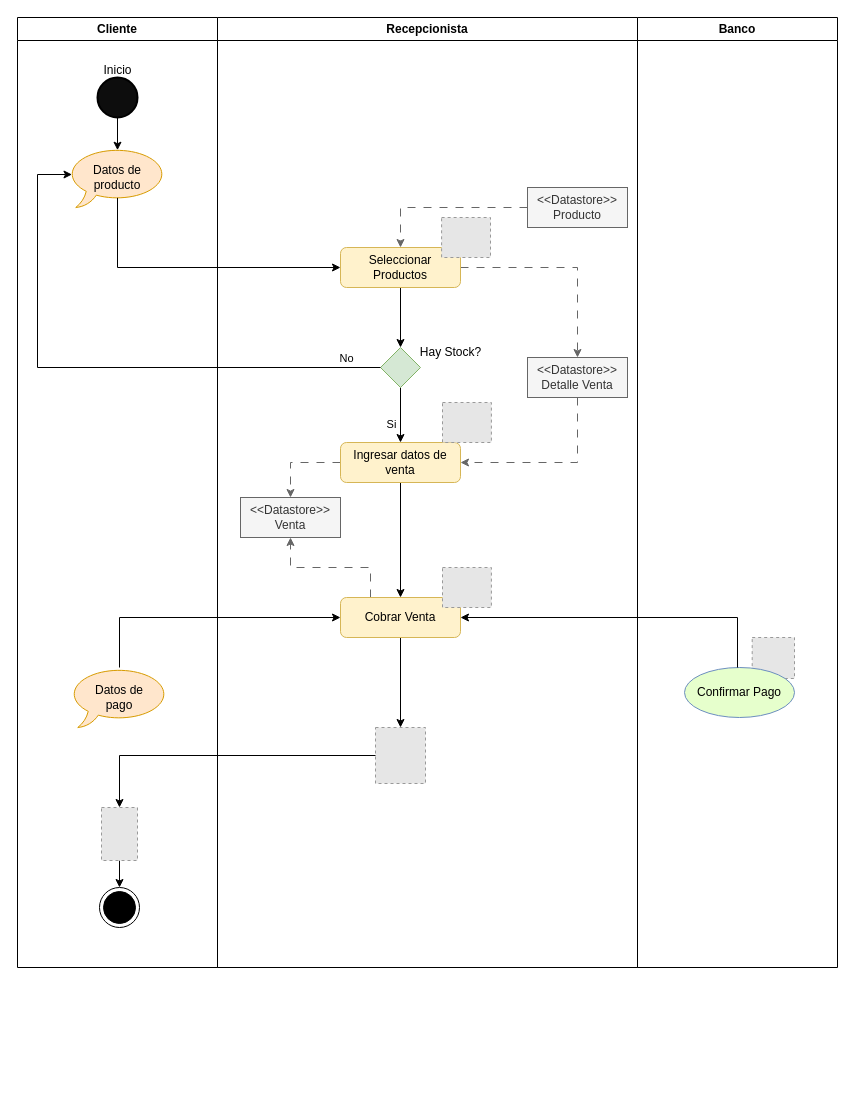
This is CAMPO Diagramas/V3 DIAGRAMA DE PROCESO.drawio from ZoelVillar/CAMPO-Proyecto, a draw.io file, before an edit. Source tidied: cells renumbered, new cells numbered last; positions are measured from the earlier drawing's top-left corner, leaving out a move shared by most shapes. Both pictures are drawn from the tidied source at 100%, with x=0, y=0 at pixel (17, 17). Pictures stored in the file or linked from it are replaced by grey dashed boxes.
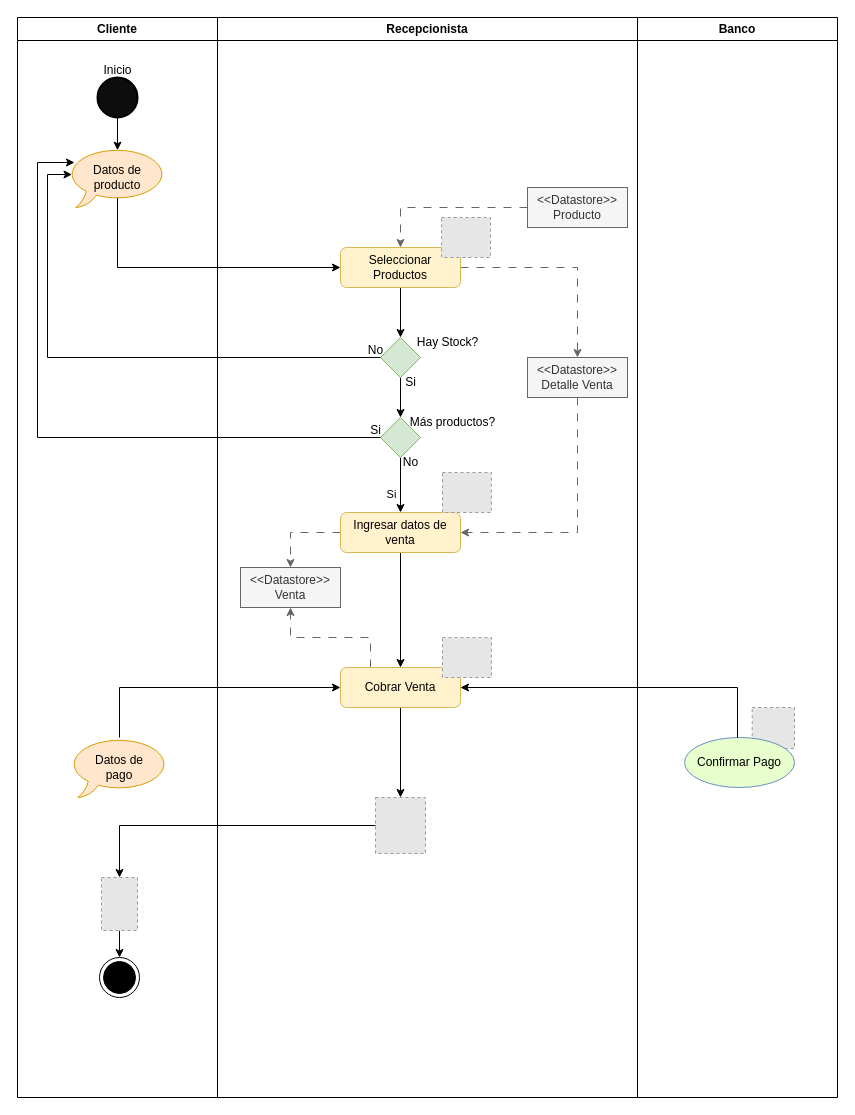
The same page after the edit.

The change refers to these unchanged cells:
```xml
<mxCell id="5" value="Confirmar Pago" style="ellipse;whiteSpace=wrap;html=1;fillColor=#E6FFCC;strokeColor=#6c8ebf;" parent="3" vertex="1">
  <mxGeometry y="30" width="110" height="50" as="geometry" />
</mxCell>
<mxCell id="7" value="Datos de producto" style="whiteSpace=wrap;html=1;shape=mxgraph.basic.oval_callout;fillColor=#ffe6cc;strokeColor=#d79b00;" parent="6" vertex="1">
  <mxGeometry x="50" y="130" width="100" height="60" as="geometry" />
</mxCell>
<mxCell id="18" value="Seleccionar Productos" style="rounded=1;whiteSpace=wrap;html=1;fillColor=#fff2cc;strokeColor=#d6b656;" parent="15" vertex="1">
  <mxGeometry x="123" y="230" width="120" height="40" as="geometry" />
</mxCell>
<mxCell id="35" value="&amp;lt;&amp;lt;Datastore&amp;gt;&amp;gt;&lt;br&gt;Detalle Venta" style="rounded=0;whiteSpace=wrap;html=1;fillColor=#f5f5f5;fontColor=#333333;strokeColor=#666666;" parent="15" vertex="1">
  <mxGeometry x="310" y="340" width="100" height="40" as="geometry" />
</mxCell>
```

Diff of the diagram source:
```diff
@@
     <mxCell id="2" value="Banco" style="swimlane;whiteSpace=wrap;html=1;" parent="1" vertex="1">
-      <mxGeometry x="620" width="200" height="950" as="geometry" />
+      <mxGeometry x="620" width="200" height="1080" as="geometry" />
     </mxCell>
     <mxCell id="3" style="group;" parent="2" vertex="1">
-      <mxGeometry x="47" y="620" width="110" height="80" as="geometry" />
+      <mxGeometry x="47" y="690" width="110" height="80" as="geometry" />
     </mxCell>
@@
     <mxCell id="6" value="Cliente" style="swimlane;whiteSpace=wrap;html=1;" parent="1" vertex="1">
-      <mxGeometry width="200" height="950" as="geometry" />
+      <mxGeometry width="200" height="1080" as="geometry" />
     </mxCell>
@@
     <mxCell id="8" value="Datos de &lt;br&gt;pago" style="whiteSpace=wrap;html=1;shape=mxgraph.basic.oval_callout;fillColor=#ffe6cc;strokeColor=#d79b00;" parent="6" vertex="1">
-      <mxGeometry x="52" y="650" width="100" height="60" as="geometry" />
+      <mxGeometry x="52" y="720" width="100" height="60" as="geometry" />
     </mxCell>
@@
     <mxCell id="12" style="ellipse;html=1;shape=endState;fillColor=#000000;strokeColor=#000000;" parent="6" vertex="1">
-      <mxGeometry x="82" y="870" width="40" height="40" as="geometry" />
+      <mxGeometry x="82" y="940" width="40" height="40" as="geometry" />
     </mxCell>
@@
     <mxCell id="14" style="fillColor=#E6E6E6;strokeColor=#999999;dashed=1;verticalLabelPosition=bottom;labelBackgroundColor=default;verticalAlign=top;" parent="6" vertex="1">
-      <mxGeometry x="84" y="790" width="36" height="53" as="geometry" />
+      <mxGeometry x="84" y="860" width="36" height="53" as="geometry" />
     </mxCell>
     <mxCell id="15" value="Recepcionista" style="swimlane;whiteSpace=wrap;html=1;" parent="1" vertex="1">
-      <mxGeometry x="200" width="420" height="950" as="geometry" />
+      <mxGeometry x="200" width="420" height="1080" as="geometry" />
     </mxCell>
-    <mxCell id="16" style="edgeStyle=orthogonalEdgeStyle;rounded=0;jettySize=auto;html=1;entryX=0.5;entryY=0;entryDx=0;entryDy=0;fontFamily=Helvetica;fontSize=12;fontColor=#333333;" parent="15" edge="1" source="18" target="21">
-      <mxGeometry relative="1" as="geometry" />
-    </mxCell>
@@
+    <mxCell id="45" style="edgeStyle=orthogonalEdgeStyle;rounded=0;jettySize=auto;html=1;entryX=0.5;entryY=0;entryDx=0;entryDy=0;" parent="15" edge="1" source="18" target="47">
+      <mxGeometry relative="1" as="geometry" />
+    </mxCell>
@@
     <mxCell id="21" style="rhombus;whiteSpace=wrap;html=1;fillColor=#d5e8d4;strokeColor=#82b366;" parent="15" vertex="1">
-      <mxGeometry x="163" y="330" width="40" height="40" as="geometry" />
+      <mxGeometry x="163" y="400" width="40" height="40" as="geometry" />
     </mxCell>
-    <mxCell id="22" value="Hay Stock?" style="text;html=1;align=center;verticalAlign=middle;strokeColor=none;fillColor=none;" parent="15" vertex="1">
-      <mxGeometry x="193" y="320" width="80" height="30" as="geometry" />
+    <mxCell id="22" value="Más productos?" style="text;html=1;align=center;verticalAlign=middle;strokeColor=none;fillColor=none;" parent="15" vertex="1">
+      <mxGeometry x="180" y="390" width="110" height="30" as="geometry" />
     </mxCell>
@@
     <mxCell id="26" value="Ingresar datos de venta" style="rounded=1;whiteSpace=wrap;html=1;fillColor=#fff2cc;strokeColor=#d6b656;" parent="15" vertex="1">
-      <mxGeometry x="123" y="425" width="120" height="40" as="geometry" />
+      <mxGeometry x="123" y="495" width="120" height="40" as="geometry" />
     </mxCell>
@@
     <mxCell id="29" value="Cobrar Venta" style="rounded=1;whiteSpace=wrap;html=1;fillColor=#fff2cc;strokeColor=#d6b656;" parent="15" vertex="1">
-      <mxGeometry x="123" y="580" width="120" height="40" as="geometry" />
+      <mxGeometry x="123" y="650" width="120" height="40" as="geometry" />
     </mxCell>
     <mxCell id="30" style="fillColor=#E6E6E6;strokeColor=#999999;dashed=1;verticalLabelPosition=bottom;labelBackgroundColor=default;verticalAlign=top;" parent="15" vertex="1">
-      <mxGeometry x="158" y="710" width="50" height="56" as="geometry" />
+      <mxGeometry x="158" y="780" width="50" height="56" as="geometry" />
     </mxCell>
@@
     <mxCell id="34" style="edgeStyle=orthogonalEdgeStyle;rounded=0;jettySize=auto;html=1;entryX=1;entryY=0.5;entryDx=0;entryDy=0;strokeColor=#666666;dashed=1;dashPattern=8 8;" parent="15" edge="1" source="35" target="26">
       <mxGeometry relative="1" as="geometry">
         <Array as="points">
-          <mxPoint x="360" y="445" />
+          <mxPoint x="360" y="515" />
         </Array>
       </mxGeometry>
     </mxCell>
@@
     <mxCell id="36" value="&amp;lt;&amp;lt;Datastore&amp;gt;&amp;gt;&lt;br&gt;Venta" style="rounded=0;whiteSpace=wrap;html=1;fillColor=#f5f5f5;fontColor=#333333;strokeColor=#666666;" parent="15" vertex="1">
-      <mxGeometry x="23" y="480" width="100" height="40" as="geometry" />
+      <mxGeometry x="23" y="550" width="100" height="40" as="geometry" />
     </mxCell>
     <mxCell id="37" style="fillColor=#E6E6E6;strokeColor=#999999;dashed=1;verticalLabelPosition=bottom;labelBackgroundColor=default;verticalAlign=top;" parent="15" vertex="1">
-      <mxGeometry x="225" y="385" width="48.9" height="40" as="geometry" />
+      <mxGeometry x="225" y="455" width="48.9" height="40" as="geometry" />
     </mxCell>
     <mxCell id="38" style="fillColor=#E6E6E6;strokeColor=#999999;dashed=1;verticalLabelPosition=bottom;labelBackgroundColor=default;verticalAlign=top;" parent="15" vertex="1">
-      <mxGeometry x="225" y="550" width="48.9" height="40" as="geometry" />
+      <mxGeometry x="225" y="620" width="48.9" height="40" as="geometry" />
     </mxCell>
+    <mxCell id="46" style="edgeStyle=orthogonalEdgeStyle;rounded=0;jettySize=auto;html=1;entryX=0.5;entryY=0;entryDx=0;entryDy=0;" parent="15" edge="1" source="47" target="21">
+      <mxGeometry relative="1" as="geometry" />
+    </mxCell>
+    <mxCell id="47" style="rhombus;whiteSpace=wrap;html=1;fillColor=#d5e8d4;strokeColor=#82b366;" parent="15" vertex="1">
+      <mxGeometry x="163" y="320" width="40" height="40" as="geometry" />
+    </mxCell>
+    <mxCell id="48" value="Hay Stock?" style="text;html=1;align=center;verticalAlign=middle;strokeColor=none;fillColor=none;" parent="15" vertex="1">
+      <mxGeometry x="190" y="310" width="80" height="30" as="geometry" />
+    </mxCell>
+    <mxCell id="49" value="Si" style="text;html=1;align=center;verticalAlign=middle;strokeColor=none;fillColor=none;" parent="15" vertex="1">
+      <mxGeometry x="178" y="350" width="30" height="30" as="geometry" />
+    </mxCell>
+    <mxCell id="50" value="No" style="text;html=1;align=center;verticalAlign=middle;strokeColor=none;fillColor=none;" parent="15" vertex="1">
+      <mxGeometry x="173" y="430" width="40" height="30" as="geometry" />
+    </mxCell>
+    <mxCell id="51" value="Si" style="text;html=1;align=center;verticalAlign=middle;strokeColor=none;fillColor=none;" parent="15" vertex="1">
+      <mxGeometry x="143" y="398" width="30" height="30" as="geometry" />
+    </mxCell>
+    <mxCell id="52" value="No" style="text;html=1;align=center;verticalAlign=middle;strokeColor=none;fillColor=none;" parent="15" vertex="1">
+      <mxGeometry x="138" y="318" width="40" height="30" as="geometry" />
+    </mxCell>
@@
-    <mxCell id="40" style="edgeStyle=orthogonalEdgeStyle;rounded=0;jettySize=auto;html=1;entryX=0.045;entryY=0.45;entryDx=0;entryDy=0;entryPerimeter=0;" parent="1" edge="1" source="21" target="7">
-      <mxGeometry relative="1" as="geometry">
-        <Array as="points">
-          <mxPoint x="20" y="350" />
-          <mxPoint x="20" y="157" />
-        </Array>
-      </mxGeometry>
-    </mxCell>
-    <mxCell id="41" value="No" style="edgeLabel;html=1;align=center;verticalAlign=middle;" parent="40" vertex="1">
-      <mxGeometry x="-0.92" relative="1" as="geometry">
-        <mxPoint x="-12" y="-10" as="offset" />
-      </mxGeometry>
-    </mxCell>
     <mxCell id="42" style="edgeStyle=orthogonalEdgeStyle;rounded=0;jettySize=auto;html=1;entryX=1;entryY=0.5;entryDx=0;entryDy=0;" parent="1" edge="1" source="5" target="29">
       <mxGeometry relative="1" as="geometry">
         <Array as="points">
-          <mxPoint x="720" y="600" />
+          <mxPoint x="720" y="670" />
         </Array>
       </mxGeometry>
     </mxCell>
     <mxCell id="43" style="edgeStyle=orthogonalEdgeStyle;rounded=0;jettySize=auto;html=1;entryX=0;entryY=0.5;entryDx=0;entryDy=0;" parent="1" edge="1" source="8" target="29">
       <mxGeometry relative="1" as="geometry">
         <Array as="points">
-          <mxPoint x="102" y="600" />
+          <mxPoint x="102" y="670" />
         </Array>
       </mxGeometry>
     </mxCell>
@@
+    <mxCell id="53" style="edgeStyle=orthogonalEdgeStyle;rounded=0;jettySize=auto;html=1;entryX=0.045;entryY=0.45;entryDx=0;entryDy=0;entryPerimeter=0;" parent="1" edge="1" source="47" target="7">
+      <mxGeometry relative="1" as="geometry">
+        <Array as="points">
+          <mxPoint x="30" y="340" />
+          <mxPoint x="30" y="157" />
+        </Array>
+      </mxGeometry>
+    </mxCell>
+    <mxCell id="40" style="edgeStyle=orthogonalEdgeStyle;rounded=0;jettySize=auto;html=1;entryX=0.07;entryY=0.25;entryDx=0;entryDy=0;entryPerimeter=0;exitX=0;exitY=0.5;exitDx=0;exitDy=0;" parent="1" edge="1" source="21" target="7">
+      <mxGeometry relative="1" as="geometry">
+        <Array as="points">
+          <mxPoint x="20" y="420" />
+          <mxPoint x="20" y="145" />
+        </Array>
+      </mxGeometry>
+    </mxCell>
```
